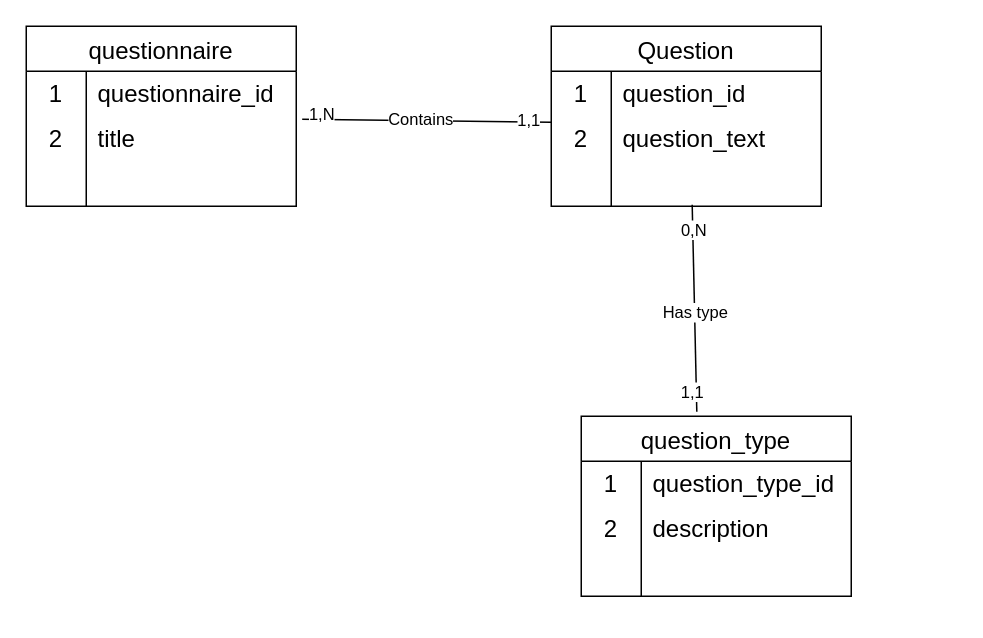
This is Documentation/MCD_exercice_looper.drawio from Mashiro3131/exercise-looper, a draw.io file, before an edit. Source tidied: cells renumbered, new cells numbered last; positions are measured from the earlier drawing's top-left corner, leaving out a move shared by most shapes. Both pictures are drawn from the tidied source at 150%, with x=0, y=0 at pixel (26, 26).
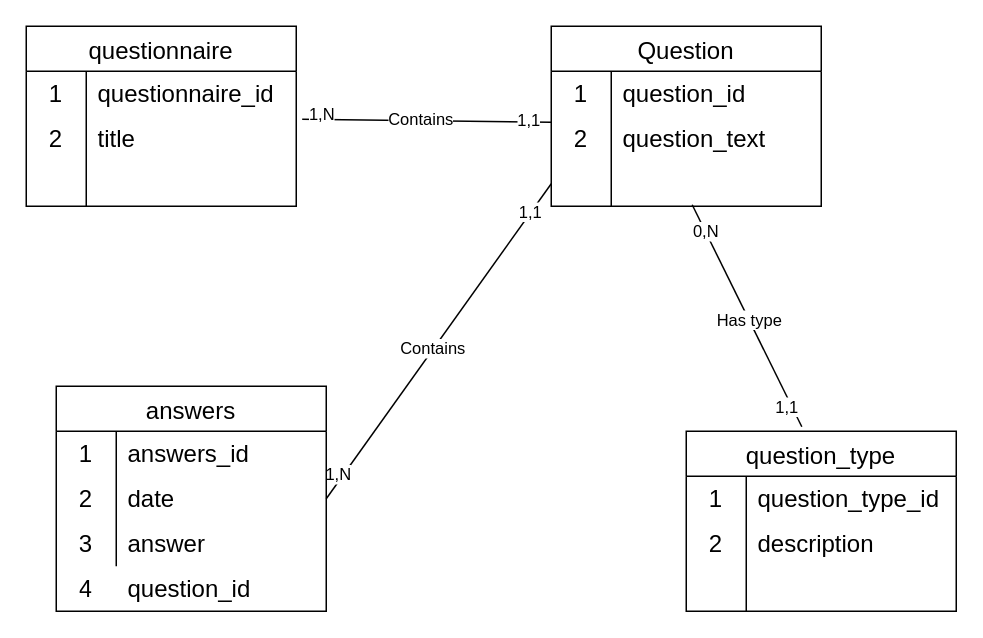
After the change.

Commit message (it also covers changes not shown here):
feat: ADD table answers to DB schema

The change refers to these unchanged cells:
```xml
<mxCell id="19" style="shape=tableRow;horizontal=0;startSize=0;swimlaneHead=0;swimlaneBody=0;top=0;left=0;bottom=0;right=0;fillColor=none;points=[[0,0.5],[1,0.5]];portConstraint=eastwest;strokeColor=inherit;fontSize=16;" parent="12" vertex="1">
  <mxGeometry y="90" width="180" height="30" as="geometry" />
</mxCell>
```

What changed in the source:
```diff
@@
     <mxCell id="22" value="question_type" style="shape=table;startSize=30;childLayout=tableLayout;rowLines=0;fontStyle=0;strokeColor=default;fontSize=16;" parent="1" vertex="1">
-      <mxGeometry x="370" y="260" width="180" height="120" as="geometry" />
+      <mxGeometry x="440" y="270" width="180" height="120" as="geometry" />
     </mxCell>
@@
+    <mxCell id="40" style="endArrow=none;html=1;rounded=0;exitX=1;exitY=0.5;exitDx=0;exitDy=0;entryX=0;entryY=0.5;entryDx=0;entryDy=0;" parent="1" edge="1" source="49" target="19">
+      <mxGeometry relative="1" as="geometry" />
+    </mxCell>
+    <mxCell id="41" value="1,N" style="edgeLabel;html=1;align=center;verticalAlign=middle;" parent="40" vertex="1">
+      <mxGeometry x="-0.86" y="4" relative="1" as="geometry" />
+    </mxCell>
+    <mxCell id="42" value="1,1" style="edgeLabel;html=1;align=center;verticalAlign=middle;" parent="40" vertex="1">
+      <mxGeometry x="0.82" y="1" relative="1" as="geometry" />
+    </mxCell>
+    <mxCell id="43" value="Contains" style="edgeLabel;html=1;align=center;verticalAlign=middle;" parent="40" vertex="1">
+      <mxGeometry x="-0.05" y="1" relative="1" as="geometry" />
+    </mxCell>
+    <mxCell id="44" style="group;" parent="1" vertex="1">
+      <mxGeometry x="20" y="240" width="180" height="150" as="geometry" />
+    </mxCell>
+    <mxCell id="45" value="answers" style="shape=table;startSize=30;childLayout=tableLayout;rowLines=0;fontStyle=0;strokeColor=default;fontSize=16;" parent="44" vertex="1">
+      <mxGeometry width="180" height="150" as="geometry" />
+    </mxCell>
+    <mxCell id="46" style="shape=tableRow;horizontal=0;startSize=0;swimlaneHead=0;swimlaneBody=0;top=0;left=0;bottom=0;right=0;fillColor=none;strokeColor=inherit;fontSize=16;" parent="45" vertex="1">
+      <mxGeometry y="30" width="180" height="30" as="geometry" />
+    </mxCell>
+    <mxCell id="47" value="1" style="shape=partialRectangle;html=1;whiteSpace=wrap;fillColor=none;top=0;left=0;bottom=0;right=0;overflow=hidden;strokeColor=inherit;fontSize=16;" parent="46" vertex="1">
+      <mxGeometry width="40" height="30" as="geometry" />
+    </mxCell>
+    <mxCell id="48" value="answers_id" style="shape=partialRectangle;html=1;whiteSpace=wrap;fillColor=none;top=0;left=0;bottom=0;right=0;align=left;spacingLeft=6;overflow=hidden;strokeColor=inherit;fontSize=16;" parent="46" vertex="1">
+      <mxGeometry x="40" width="140" height="30" as="geometry" />
+    </mxCell>
+    <mxCell id="49" style="shape=tableRow;horizontal=0;startSize=0;swimlaneHead=0;swimlaneBody=0;top=0;left=0;bottom=0;right=0;fillColor=none;points=[[0,0.5],[1,0.5]];portConstraint=eastwest;strokeColor=inherit;fontSize=16;" parent="45" vertex="1">
+      <mxGeometry y="60" width="180" height="30" as="geometry" />
+    </mxCell>
+    <mxCell id="50" value="2" style="shape=partialRectangle;html=1;whiteSpace=wrap;fillColor=none;top=0;left=0;bottom=0;right=0;overflow=hidden;strokeColor=inherit;fontSize=16;" parent="49" vertex="1">
+      <mxGeometry width="40" height="30" as="geometry" />
+    </mxCell>
+    <mxCell id="51" value="date" style="shape=partialRectangle;html=1;whiteSpace=wrap;fillColor=none;top=0;left=0;bottom=0;right=0;align=left;spacingLeft=6;overflow=hidden;strokeColor=inherit;fontSize=16;" parent="49" vertex="1">
+      <mxGeometry x="40" width="140" height="30" as="geometry" />
+    </mxCell>
+    <mxCell id="52" style="shape=tableRow;horizontal=0;startSize=0;swimlaneHead=0;swimlaneBody=0;top=0;left=0;bottom=0;right=0;fillColor=none;strokeColor=inherit;fontSize=16;" parent="45" vertex="1">
+      <mxGeometry y="90" width="180" height="30" as="geometry" />
+    </mxCell>
+    <mxCell id="53" style="shape=partialRectangle;html=1;whiteSpace=wrap;fillColor=none;top=0;left=0;bottom=0;right=0;overflow=hidden;strokeColor=inherit;fontSize=16;" parent="52" vertex="1">
+      <mxGeometry width="40" height="30" as="geometry" />
+    </mxCell>
+    <mxCell id="54" style="shape=partialRectangle;html=1;whiteSpace=wrap;fillColor=none;top=0;left=0;bottom=0;right=0;align=left;spacingLeft=6;overflow=hidden;strokeColor=inherit;fontSize=16;" parent="52" vertex="1">
+      <mxGeometry x="40" width="140" height="30" as="geometry" />
+    </mxCell>
+    <mxCell id="55" style="shape=tableRow;horizontal=0;startSize=0;swimlaneHead=0;swimlaneBody=0;top=0;left=0;bottom=0;right=0;fillColor=none;strokeColor=inherit;fontSize=16;" parent="44" vertex="1">
+      <mxGeometry y="90" width="180" height="30" as="geometry" />
+    </mxCell>
+    <mxCell id="56" value="3" style="shape=partialRectangle;html=1;whiteSpace=wrap;fillColor=none;top=0;left=0;bottom=0;right=0;overflow=hidden;strokeColor=inherit;fontSize=16;" parent="55" vertex="1">
+      <mxGeometry width="40" height="30" as="geometry" />
+    </mxCell>
+    <mxCell id="57" value="answer" style="shape=partialRectangle;html=1;whiteSpace=wrap;fillColor=none;top=0;left=0;bottom=0;right=0;align=left;spacingLeft=6;overflow=hidden;strokeColor=inherit;fontSize=16;" parent="55" vertex="1">
+      <mxGeometry x="40" width="140" height="30" as="geometry" />
+    </mxCell>
+    <mxCell id="58" style="shape=tableRow;horizontal=0;startSize=0;swimlaneHead=0;swimlaneBody=0;top=0;left=0;bottom=0;right=0;fillColor=none;strokeColor=inherit;fontSize=16;" parent="44" vertex="1">
+      <mxGeometry y="120" width="180" height="30" as="geometry" />
+    </mxCell>
+    <mxCell id="59" style="shape=partialRectangle;html=1;whiteSpace=wrap;fillColor=none;top=0;left=0;bottom=0;right=0;overflow=hidden;strokeColor=inherit;fontSize=16;" parent="58" vertex="1">
+      <mxGeometry width="40" height="30" as="geometry" />
+    </mxCell>
+    <mxCell id="60" style="shape=partialRectangle;html=1;whiteSpace=wrap;fillColor=none;top=0;left=0;bottom=0;right=0;align=left;spacingLeft=6;overflow=hidden;strokeColor=inherit;fontSize=16;" parent="58" vertex="1">
+      <mxGeometry x="40" width="140" height="30" as="geometry" />
+    </mxCell>
+    <mxCell id="61" style="shape=tableRow;horizontal=0;startSize=0;swimlaneHead=0;swimlaneBody=0;top=0;left=0;bottom=0;right=0;fillColor=none;strokeColor=inherit;fontSize=16;" parent="44" vertex="1">
+      <mxGeometry y="120" width="180" height="30" as="geometry" />
+    </mxCell>
+    <mxCell id="62" value="4" style="shape=partialRectangle;html=1;whiteSpace=wrap;fillColor=none;top=0;left=0;bottom=0;right=0;overflow=hidden;strokeColor=inherit;fontSize=16;" parent="61" vertex="1">
+      <mxGeometry width="40" height="30" as="geometry" />
+    </mxCell>
+    <mxCell id="63" value="question_id" style="shape=partialRectangle;html=1;whiteSpace=wrap;fillColor=none;top=0;left=0;bottom=0;right=0;align=left;spacingLeft=6;overflow=hidden;strokeColor=inherit;fontSize=16;" parent="61" vertex="1">
+      <mxGeometry x="40" width="140" height="30" as="geometry" />
+    </mxCell>
```
